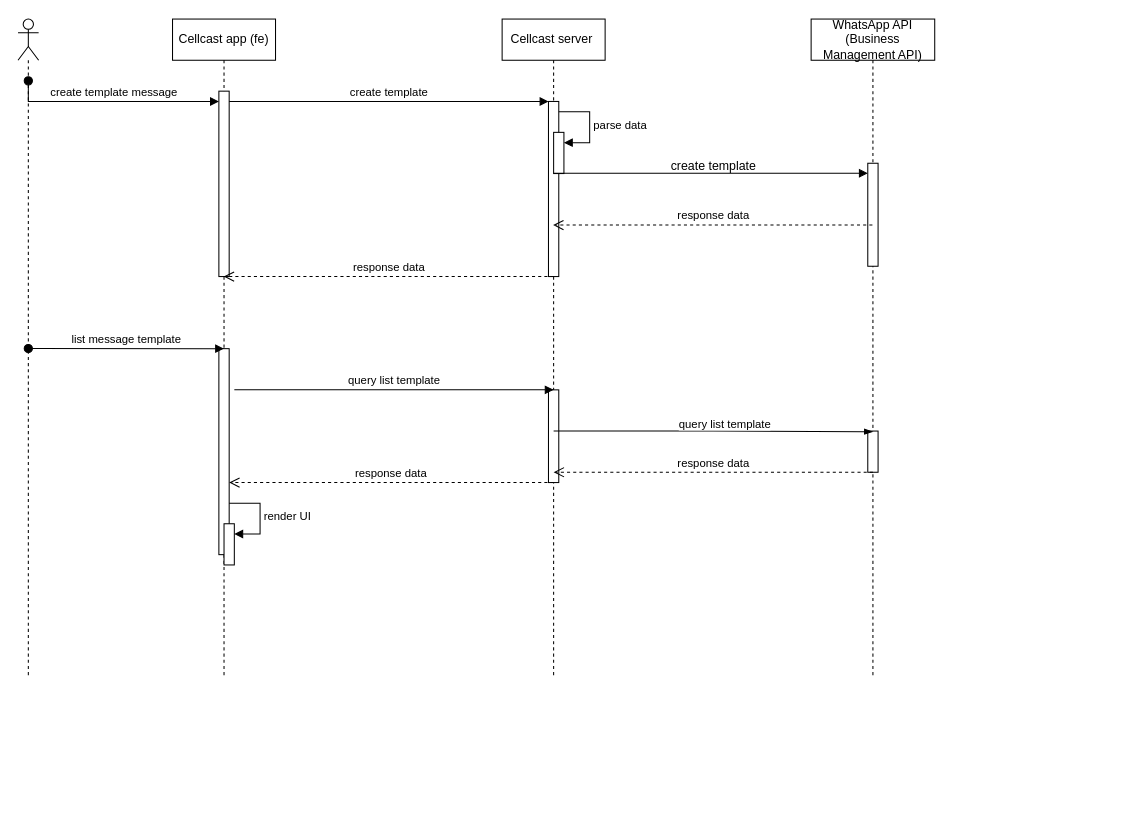
Above: Untitled Diagram.drawio in LucasNguyenTVF/test (draw.io), before the change. Source tidied: cells renumbered, new cells numbered last; positions are measured from the earlier drawing's top-left corner, leaving out a move shared by most shapes. Both pictures are drawn from the tidied source at 103%, with x=0, y=0 at pixel (18, 19).
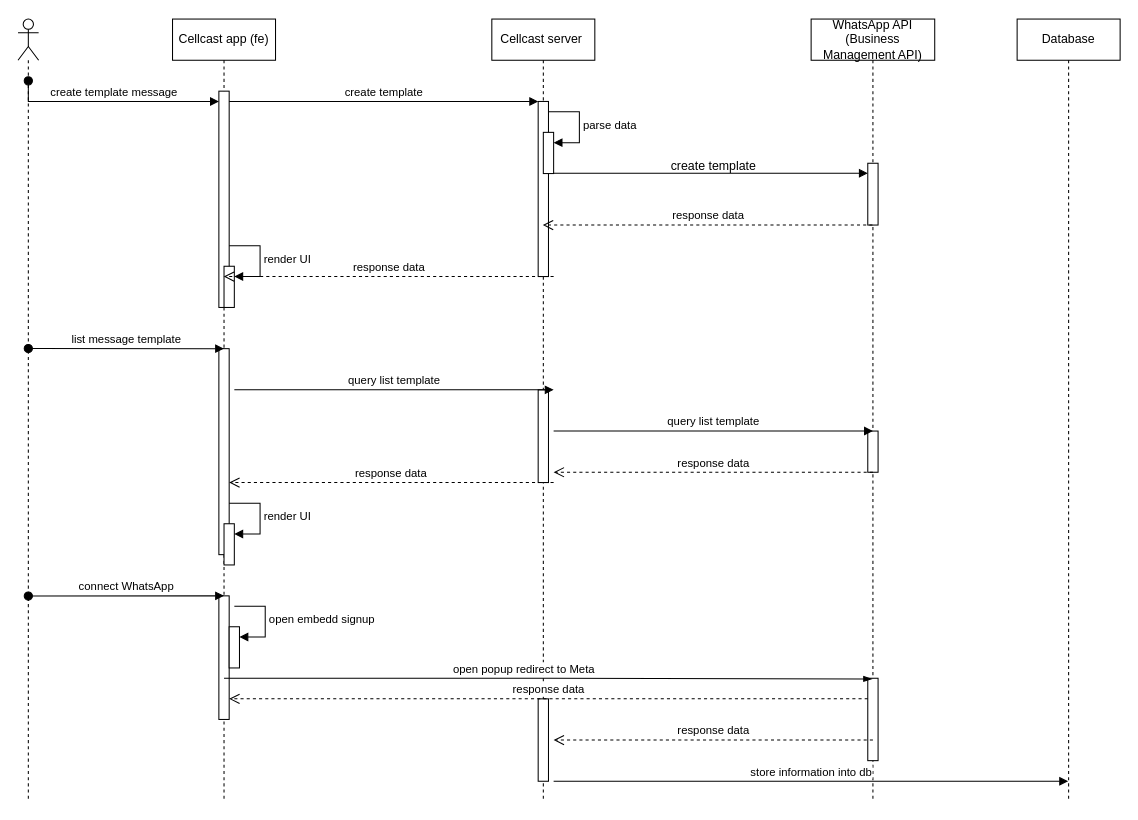
The same page after the edit.

Commit message:
connected_whatsapp

The change refers to these unchanged cells:
```xml
<mxCell id="4" style="html=1;points=[[0,0,0,0,5],[0,1,0,0,-5],[1,0,0,0,5],[1,1,0,0,-5]];perimeter=orthogonalPerimeter;outlineConnect=0;targetShapes=umlLifeline;portConstraint=eastwest;newEdgeStyle={&quot;curved&quot;:0,&quot;rounded&quot;:0};" parent="2" vertex="1">
  <mxGeometry x="45" y="320" width="10" height="200" as="geometry" />
</mxCell>
```

The edit, as a diff of the source:
```diff
@@
     <mxCell id="2" value="Cellcast app (fe)" style="shape=umlLifeline;whiteSpace=wrap;html=1;newEdgeStyle={&quot;curved&quot;:0,&quot;rounded&quot;:0};perimeter=rectanglePerimeter;targetShapes=umlLifeline;participant=label;" parent="1" vertex="1">
-      <mxGeometry x="150" width="100" height="640" as="geometry" />
+      <mxGeometry x="150" width="100" height="760" as="geometry" />
     </mxCell>
     <mxCell id="3" style="html=1;points=[];perimeter=orthogonalPerimeter;outlineConnect=0;targetShapes=umlLifeline;portConstraint=eastwest;newEdgeStyle={&quot;edgeStyle&quot;:&quot;elbowEdgeStyle&quot;,&quot;elbow&quot;:&quot;vertical&quot;,&quot;curved&quot;:0,&quot;rounded&quot;:0};" parent="2" vertex="1">
-      <mxGeometry x="45" y="70" width="10" height="180" as="geometry" />
+      <mxGeometry x="45" y="70" width="10" height="210" as="geometry" />
     </mxCell>
@@
+    <mxCell id="28" style="html=1;points=[[0,0,0,0,5],[0,1,0,0,-5],[1,0,0,0,5],[1,1,0,0,-5]];perimeter=orthogonalPerimeter;outlineConnect=0;targetShapes=umlLifeline;portConstraint=eastwest;newEdgeStyle={&quot;curved&quot;:0,&quot;rounded&quot;:0};" parent="2" vertex="1">
+      <mxGeometry x="45" y="560" width="10" height="120" as="geometry" />
+    </mxCell>
+    <mxCell id="29" style="html=1;points=[[0,0,0,0,5],[0,1,0,0,-5],[1,0,0,0,5],[1,1,0,0,-5]];perimeter=orthogonalPerimeter;outlineConnect=0;targetShapes=umlLifeline;portConstraint=eastwest;newEdgeStyle={&quot;curved&quot;:0,&quot;rounded&quot;:0};" parent="2" vertex="1">
+      <mxGeometry x="55" y="590" width="10" height="40" as="geometry" />
+    </mxCell>
+    <mxCell id="30" value="open embedd signup" style="html=1;align=left;spacingLeft=2;endArrow=block;rounded=0;edgeStyle=orthogonalEdgeStyle;curved=0;rounded=0;" parent="2" edge="1" target="29">
+      <mxGeometry relative="1" as="geometry">
+        <mxPoint x="60" y="570" as="sourcePoint" />
+        <Array as="points">
+          <mxPoint x="90" y="600" />
+        </Array>
+      </mxGeometry>
+    </mxCell>
+    <mxCell id="31" style="html=1;points=[[0,0,0,0,5],[0,1,0,0,-5],[1,0,0,0,5],[1,1,0,0,-5]];perimeter=orthogonalPerimeter;outlineConnect=0;targetShapes=umlLifeline;portConstraint=eastwest;newEdgeStyle={&quot;curved&quot;:0,&quot;rounded&quot;:0};" parent="2" vertex="1">
+      <mxGeometry x="50" y="240" width="10" height="40" as="geometry" />
+    </mxCell>
+    <mxCell id="32" value="render UI" style="html=1;align=left;spacingLeft=2;endArrow=block;rounded=0;edgeStyle=orthogonalEdgeStyle;curved=0;rounded=0;" parent="2" edge="1" target="31">
+      <mxGeometry relative="1" as="geometry">
+        <mxPoint x="55" y="220" as="sourcePoint" />
+        <Array as="points">
+          <mxPoint x="85" y="250" />
+        </Array>
+      </mxGeometry>
+    </mxCell>
     <mxCell id="7" value="Cellcast server&amp;nbsp;" style="shape=umlLifeline;perimeter=lifelinePerimeter;whiteSpace=wrap;html=1;outlineConnect=0;portConstraint=eastwest;newEdgeStyle={&quot;edgeStyle&quot;:&quot;elbowEdgeStyle&quot;,&quot;elbow&quot;:&quot;vertical&quot;,&quot;curved&quot;:0,&quot;rounded&quot;:0};" parent="1" vertex="1">
-      <mxGeometry x="470" width="100" height="640" as="geometry" />
+      <mxGeometry x="460" width="100" height="760" as="geometry" />
     </mxCell>
@@
+    <mxCell id="33" style="html=1;perimeter=orthogonalPerimeter;targetShapes=umlLifeline;newEdgeStyle={&quot;curved&quot;:0,&quot;rounded&quot;:0};" parent="7" vertex="1">
+      <mxGeometry x="45" y="660" width="10" height="80" as="geometry" />
+    </mxCell>
@@
     <mxCell id="15" value="WhatsApp API (Business Management API)" style="shape=umlLifeline;perimeter=lifelinePerimeter;whiteSpace=wrap;html=1;outlineConnect=0;portConstraint=eastwest;newEdgeStyle={&quot;edgeStyle&quot;:&quot;elbowEdgeStyle&quot;,&quot;elbow&quot;:&quot;vertical&quot;,&quot;curved&quot;:0,&quot;rounded&quot;:0};" parent="1" vertex="1">
-      <mxGeometry x="770" width="120" height="640" as="geometry" />
+      <mxGeometry x="770" width="120" height="760" as="geometry" />
     </mxCell>
     <mxCell id="16" style="html=1;points=[];perimeter=orthogonalPerimeter;outlineConnect=0;targetShapes=umlLifeline;portConstraint=eastwest;newEdgeStyle={&quot;edgeStyle&quot;:&quot;elbowEdgeStyle&quot;,&quot;elbow&quot;:&quot;vertical&quot;,&quot;curved&quot;:0,&quot;rounded&quot;:0};" parent="15" vertex="1">
-      <mxGeometry x="55" y="140" width="10" height="100" as="geometry" />
+      <mxGeometry x="55" y="140" width="10" height="60" as="geometry" />
     </mxCell>
@@
+    <mxCell id="34" style="html=1;perimeter=orthogonalPerimeter;targetShapes=umlLifeline;newEdgeStyle={&quot;curved&quot;:0,&quot;rounded&quot;:0};" parent="15" vertex="1">
+      <mxGeometry x="55" y="640" width="10" height="80" as="geometry" />
+    </mxCell>
@@
     <mxCell id="21" style="shape=umlLifeline;perimeter=lifelinePerimeter;whiteSpace=wrap;html=1;newEdgeStyle={&quot;curved&quot;:0,&quot;rounded&quot;:0};participant=umlActor;" parent="1" vertex="1">
-      <mxGeometry width="20" height="640" as="geometry" />
+      <mxGeometry width="20" height="760" as="geometry" />
     </mxCell>
@@
-    <mxCell id="24" style="edgeStyle=elbowEdgeStyle;fontSize=12;html=1;endArrow=blockThin;endFill=1;rounded=0;entryX=0.5;entryY=0.626;entryDx=0;entryDy=0;entryPerimeter=0;" parent="1" edge="1" target="15">
-      <mxGeometry relative="1" as="geometry">
-        <mxPoint x="520" y="400" as="sourcePoint" />
-      </mxGeometry>
-    </mxCell>
@@
+    <mxCell id="27" value="response data" style="html=1;verticalAlign=bottom;endArrow=open;dashed=1;endSize=8;edgeStyle=elbowEdgeStyle;elbow=vertical;curved=0;rounded=0;" parent="1" edge="1" target="4">
+      <mxGeometry relative="1" as="geometry">
+        <mxPoint x="520" y="450" as="sourcePoint" />
+        <Array as="points">
+          <mxPoint x="435" y="450" />
+        </Array>
+      </mxGeometry>
+    </mxCell>
-    <mxCell id="26" value="&lt;span style=&quot;color: rgb(0, 0, 0); font-family: Helvetica; font-size: 11px; font-style: normal; font-variant-ligatures: normal; font-variant-caps: normal; font-weight: 400; letter-spacing: normal; orphans: 2; text-align: center; text-indent: 0px; text-transform: none; widows: 2; word-spacing: 0px; -webkit-text-stroke-width: 0px; white-space: nowrap; background-color: rgb(255, 255, 255); text-decoration-thickness: initial; text-decoration-style: initial; text-decoration-color: initial; display: inline !important; float: none;&quot;&gt;query list template&lt;/span&gt;" style="text;whiteSpace=wrap;html=1;" parent="1" vertex="1">
-      <mxGeometry x="640" y="380" width="120" height="40" as="geometry" />
+    <mxCell id="26" value="query list template" style="html=1;verticalAlign=bottom;endArrow=block;edgeStyle=elbowEdgeStyle;elbow=vertical;curved=0;rounded=0;" parent="1" edge="1">
+      <mxGeometry relative="1" as="geometry">
+        <mxPoint x="520" y="400" as="sourcePoint" />
+        <mxPoint x="830" y="400" as="targetPoint" />
+        <Array as="points">
+          <mxPoint x="745" y="400" />
+        </Array>
+      </mxGeometry>
     </mxCell>
-    <mxCell id="27" value="response data" style="html=1;verticalAlign=bottom;endArrow=open;dashed=1;endSize=8;edgeStyle=elbowEdgeStyle;elbow=vertical;curved=0;rounded=0;" parent="1" edge="1" target="4">
-      <mxGeometry relative="1" as="geometry">
-        <mxPoint x="520" y="450" as="sourcePoint" />
-        <Array as="points">
-          <mxPoint x="435" y="450" />
-        </Array>
-      </mxGeometry>
-    </mxCell>
+    <mxCell id="35" value="connect WhatsApp" style="html=1;verticalAlign=bottom;startArrow=oval;endArrow=block;startSize=8;edgeStyle=elbowEdgeStyle;elbow=vertical;curved=0;rounded=0;exitX=1;exitY=1;exitDx=0;exitDy=0;exitPerimeter=0;" parent="1" edge="1">
+      <mxGeometry relative="1" as="geometry">
+        <mxPoint x="10" y="560.2" as="sourcePoint" />
+        <mxPoint x="200" y="560.2" as="targetPoint" />
+      </mxGeometry>
+    </mxCell>
+    <mxCell id="36" style="edgeStyle=elbowEdgeStyle;fontSize=12;html=1;endArrow=blockThin;endFill=1;rounded=0;entryX=0.493;entryY=0.843;entryDx=0;entryDy=0;entryPerimeter=0;" parent="1" edge="1" target="15">
+      <mxGeometry relative="1" as="geometry">
+        <mxPoint x="200" y="640" as="sourcePoint" />
+      </mxGeometry>
+    </mxCell>
+    <mxCell id="37" value="open popup redirect to Meta" style="edgeLabel;html=1;align=center;verticalAlign=middle;" parent="36" vertex="1">
+      <mxGeometry x="-0.28" y="2" relative="1" as="geometry">
+        <mxPoint x="63" y="-8" as="offset" />
+      </mxGeometry>
+    </mxCell>
+    <mxCell id="38" value="response data" style="html=1;verticalAlign=bottom;endArrow=open;dashed=1;endSize=8;edgeStyle=elbowEdgeStyle;elbow=vertical;curved=0;rounded=0;" parent="1" edge="1" target="28">
+      <mxGeometry relative="1" as="geometry">
+        <mxPoint x="825" y="660" as="sourcePoint" />
+        <Array as="points">
+          <mxPoint x="740" y="660" />
+        </Array>
+      </mxGeometry>
+    </mxCell>
+    <mxCell id="39" value="response data" style="html=1;verticalAlign=bottom;endArrow=open;dashed=1;endSize=8;edgeStyle=elbowEdgeStyle;elbow=vertical;curved=0;rounded=0;" parent="1" edge="1">
+      <mxGeometry relative="1" as="geometry">
+        <mxPoint x="830" y="700" as="sourcePoint" />
+        <mxPoint x="520" y="700" as="targetPoint" />
+        <Array as="points">
+          <mxPoint x="745" y="700" />
+        </Array>
+      </mxGeometry>
+    </mxCell>
+    <mxCell id="40" value="Database" style="shape=umlLifeline;perimeter=lifelinePerimeter;whiteSpace=wrap;html=1;outlineConnect=0;portConstraint=eastwest;newEdgeStyle={&quot;curved&quot;:0,&quot;rounded&quot;:0};" parent="1" vertex="1">
+      <mxGeometry x="970" width="100" height="760" as="geometry" />
+    </mxCell>
+    <mxCell id="41" value="store information into db" style="html=1;verticalAlign=bottom;endArrow=block;edgeStyle=elbowEdgeStyle;elbow=vertical;curved=0;rounded=0;" parent="1" edge="1" target="40">
+      <mxGeometry relative="1" as="geometry">
+        <mxPoint x="520" y="740" as="sourcePoint" />
+        <Array as="points">
+          <mxPoint x="745" y="740" />
+        </Array>
+      </mxGeometry>
+    </mxCell>
```
